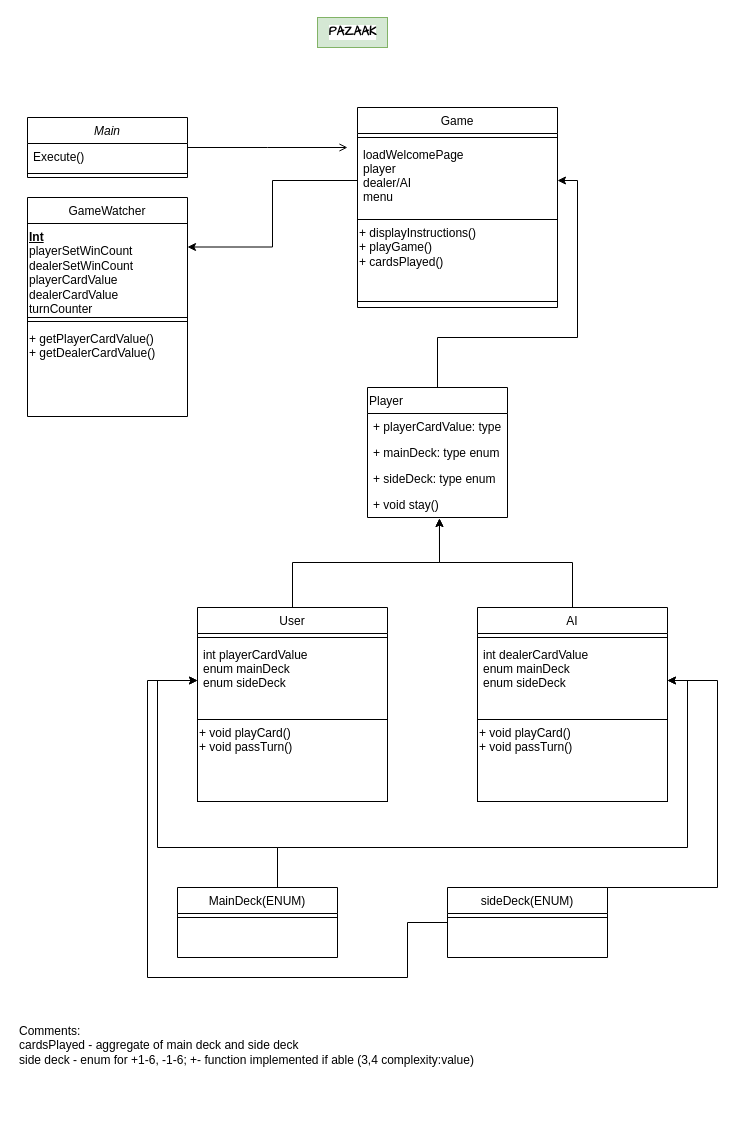
Before: page "Class_UML" (1 of 2) of Pazaak_UML.drawio in prostodevs/Pazaak, a draw.io diagram. Source tidied: cells renumbered, new cells numbered last; positions are measured from the earlier drawing's top-left corner, leaving out a move shared by most shapes. Both pictures are drawn from the tidied source at 100%, with x=0, y=0 at pixel (17, 17).
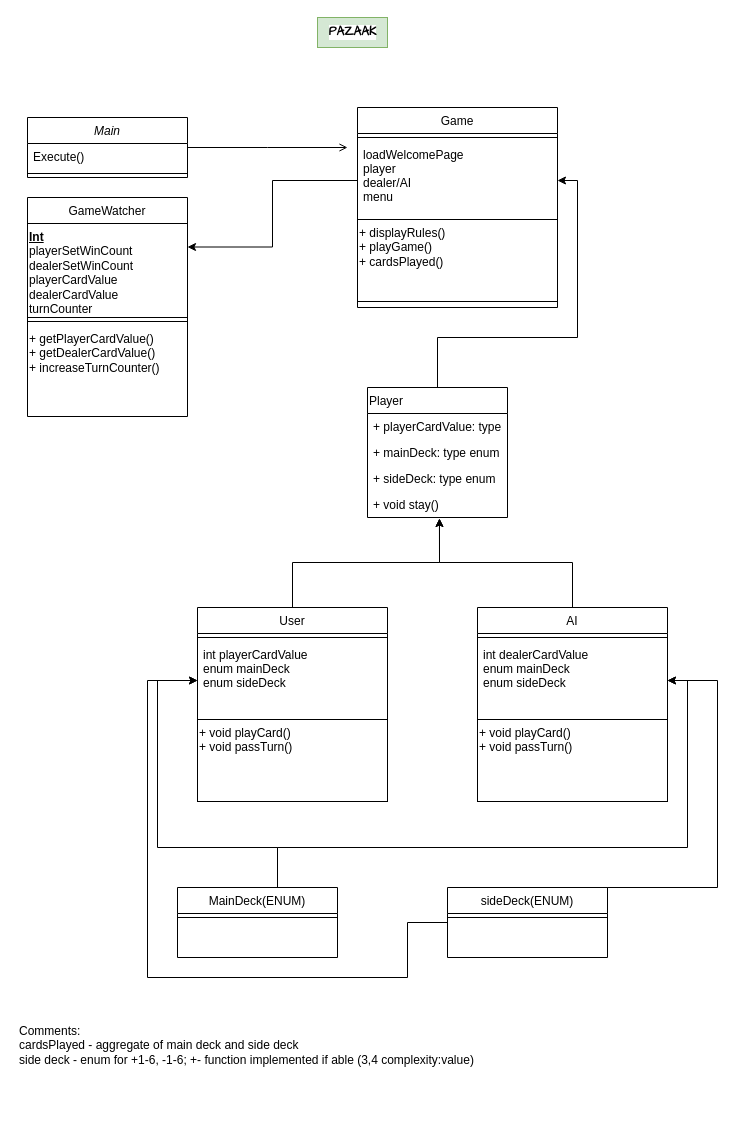
Above is the later version.

Unchanged cells that the change refers to:
```xml
<mxCell id="9" value="GameWatcher" style="swimlane;fontStyle=0;align=center;verticalAlign=top;horizontal=1;startSize=26;rounded=0;shadow=0;strokeWidth=1;" parent="1" vertex="1">
  <mxGeometry x="10" y="180" width="160" height="219" as="geometry" />
</mxCell>
<mxCell id="13" value="Game" style="swimlane;fontStyle=0;align=center;verticalAlign=top;horizontal=1;startSize=26;rounded=0;shadow=0;strokeWidth=1;" parent="1" vertex="1">
  <mxGeometry x="340" y="90" width="200" height="200" as="geometry" />
</mxCell>
```

What changed in the source:
```diff
@@
-    <mxCell id="12" value="+ getPlayerCardValue()&lt;br&gt;+ getDealerCardValue()" style="text;html=1;align=left;verticalAlign=top;strokeColor=none;fillColor=none;" parent="9" vertex="1">
-      <mxGeometry y="128" width="160" height="30" as="geometry" />
+    <mxCell id="12" value="+ getPlayerCardValue()&lt;br&gt;+ getDealerCardValue()&lt;br&gt;+ increaseTurnCounter()" style="text;html=1;align=left;verticalAlign=top;strokeColor=none;fillColor=none;" parent="9" vertex="1">
+      <mxGeometry y="128" width="160" height="50" as="geometry" />
     </mxCell>
@@
-    <mxCell id="16" value="&lt;span&gt;+ displayInstructions()&lt;br&gt;&lt;/span&gt;&lt;span&gt;+ playGame()&lt;br&gt;&lt;/span&gt;&lt;span&gt;+ cardsPlayed()&lt;br&gt;&lt;br&gt;&lt;/span&gt;" style="rounded=0;whiteSpace=wrap;html=1;align=left;verticalAlign=top;" parent="13" vertex="1">
+    <mxCell id="16" value="&lt;span&gt;+ displayRules()&lt;br&gt;&lt;/span&gt;&lt;span&gt;+ playGame()&lt;br&gt;&lt;/span&gt;&lt;span&gt;+ cardsPlayed()&lt;br&gt;&lt;br&gt;&lt;/span&gt;" style="rounded=0;whiteSpace=wrap;html=1;align=left;verticalAlign=top;" parent="13" vertex="1">
       <mxGeometry y="112" width="200" height="82" as="geometry" />
     </mxCell>
```
